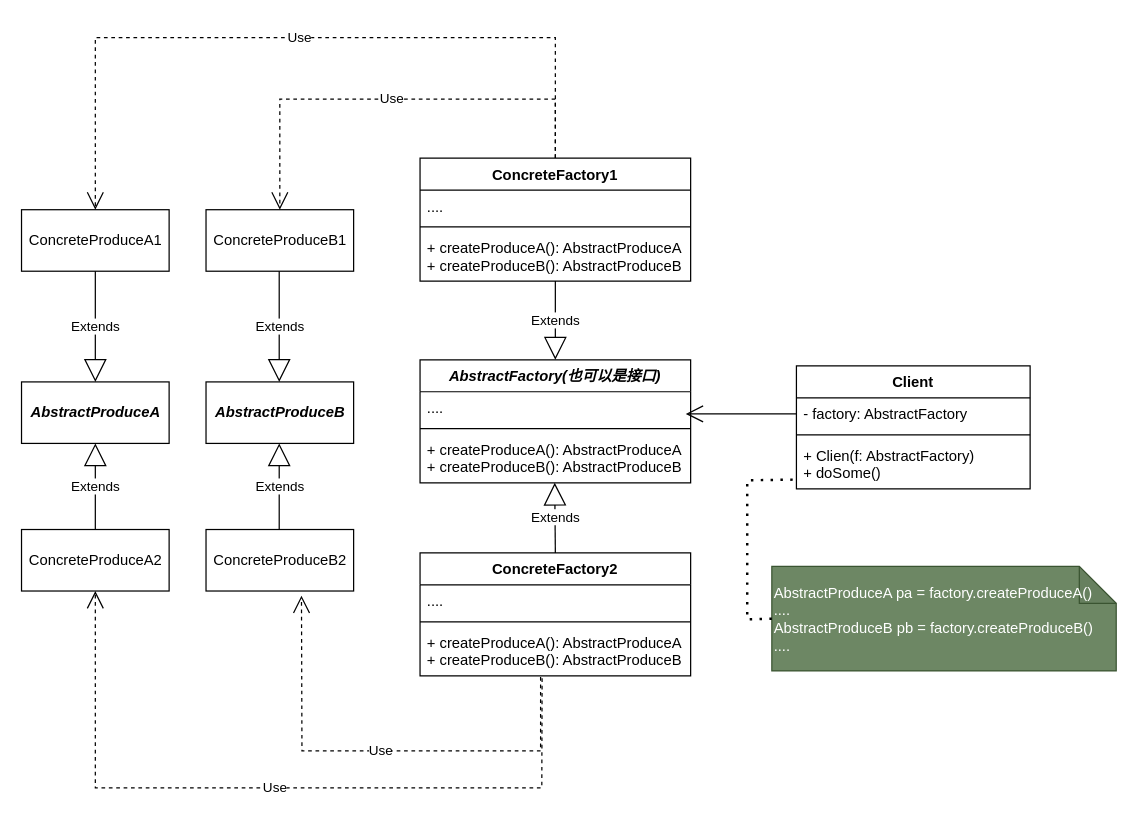
Above: 抽象工厂模式.drawio in HsoulLink/designpattern_pic (draw.io), before the change. Source tidied: cells renumbered, new cells numbered last; positions are measured from the earlier drawing's top-left corner, leaving out a move shared by most shapes. Both pictures are drawn from the tidied source at 123%, with x=0, y=0 at pixel (21, 37).
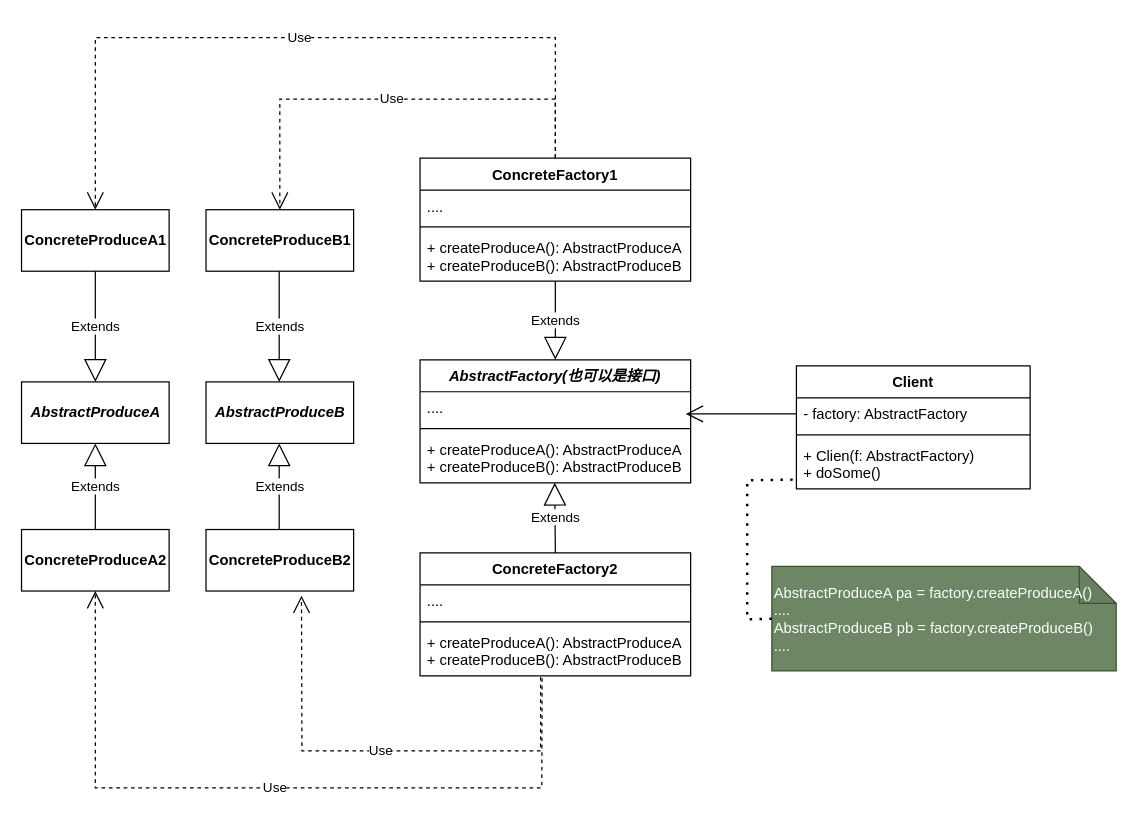
The same page after the edit.

Commit message (it also covers changes not shown here):
更新抽象工厂模式.drawio

What changed in the source:
```diff
@@
-    <mxCell id="4" value="ConcreteProduceA1" style="html=1;" parent="1" vertex="1">
+    <mxCell id="4" value="ConcreteProduceA1" style="html=1;fontStyle=1;" parent="1" vertex="1">
       <mxGeometry y="140" width="120" height="50" as="geometry" />
     </mxCell>
-    <mxCell id="5" value="ConcreteProduceB1" style="html=1;" parent="1" vertex="1">
+    <mxCell id="5" value="ConcreteProduceB1" style="html=1;fontStyle=1;" parent="1" vertex="1">
       <mxGeometry x="150" y="140" width="120" height="50" as="geometry" />
     </mxCell>
-    <mxCell id="6" value="ConcreteProduceA2" style="html=1;" parent="1" vertex="1">
+    <mxCell id="6" value="ConcreteProduceA2" style="html=1;fontStyle=1;" parent="1" vertex="1">
       <mxGeometry y="400" width="120" height="50" as="geometry" />
     </mxCell>
-    <mxCell id="7" value="ConcreteProduceB2" style="html=1;" parent="1" vertex="1">
+    <mxCell id="7" value="ConcreteProduceB2" style="html=1;fontStyle=1;" parent="1" vertex="1">
       <mxGeometry x="150" y="400" width="120" height="50" as="geometry" />
     </mxCell>
```
